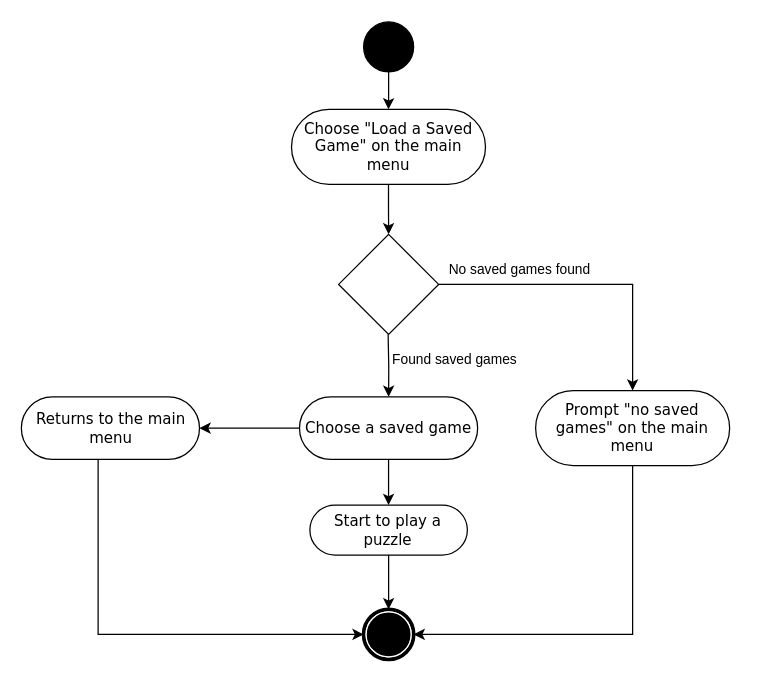
This is load a saved game.drawio from maxinimize/uml, a draw.io file, before an edit. Source tidied: cells renumbered, new cells numbered last; positions are measured from the earlier drawing's top-left corner, leaving out a move shared by most shapes. Both pictures are drawn from the tidied source at 125%, with x=0, y=0 at pixel (21, 21).
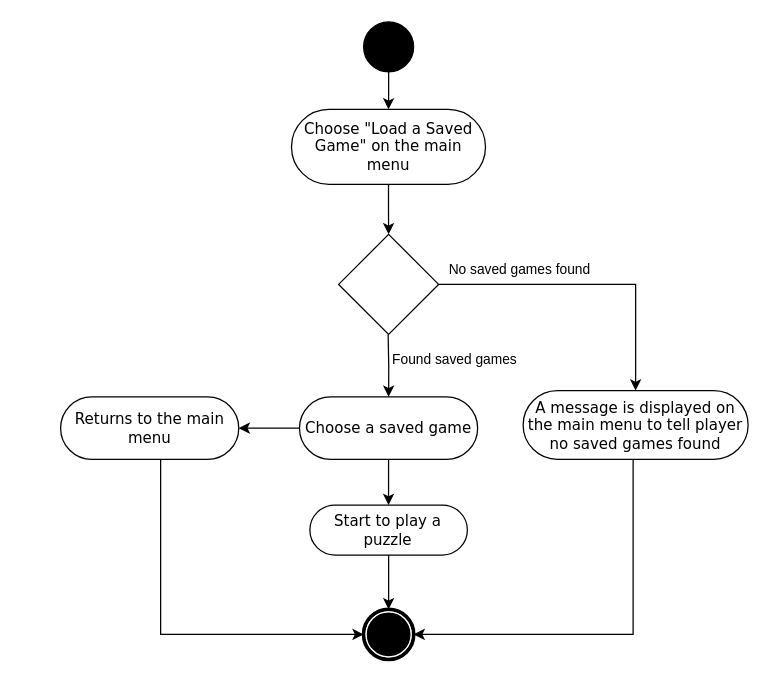
Above is the later version.

The change refers to these unchanged cells:
```xml
<mxCell id="9" style="shape=mxgraph.bpmn.shape;html=1;verticalLabelPosition=bottom;labelBackgroundColor=#ffffff;verticalAlign=top;perimeter=ellipsePerimeter;outline=end;symbol=terminate;rounded=0;shadow=0;comic=0;strokeWidth=1;fontFamily=Verdana;fontSize=12;align=center;" parent="1" vertex="1">
  <mxGeometry x="273.4" y="470" width="40" height="40" as="geometry" />
</mxCell>
```

What changed in the source:
```diff
@@
-    <mxCell id="17" value="Prompt &quot;no saved games&quot; on the main menu" style="rounded=1;whiteSpace=wrap;html=1;shadow=0;comic=0;labelBackgroundColor=none;strokeWidth=1;fontFamily=Verdana;fontSize=12;align=center;arcSize=50;" parent="1" vertex="1">
-      <mxGeometry x="411" y="295" width="155.2" height="60" as="geometry" />
+    <mxCell id="17" value="A message is displayed on the main menu to tell player no saved games found" style="rounded=1;whiteSpace=wrap;html=1;shadow=0;comic=0;labelBackgroundColor=none;strokeWidth=1;fontFamily=Verdana;fontSize=12;align=center;arcSize=50;" parent="1" vertex="1">
+      <mxGeometry x="401" y="295" width="180" height="55" as="geometry" />
     </mxCell>
@@
     <mxCell id="19" style="edgeStyle=orthogonalEdgeStyle;rounded=0;jettySize=auto;html=1;entryX=0;entryY=0.5;entryDx=0;entryDy=0;" parent="1" edge="1" source="20" target="9">
       <mxGeometry relative="1" as="geometry">
         <Array as="points">
-          <mxPoint x="61" y="490" />
+          <mxPoint x="111" y="490" />
         </Array>
       </mxGeometry>
     </mxCell>
     <mxCell id="20" value="Returns to the main menu" style="rounded=1;whiteSpace=wrap;html=1;shadow=0;comic=0;labelBackgroundColor=none;strokeWidth=1;fontFamily=Verdana;fontSize=12;align=center;arcSize=50;" parent="1" vertex="1">
-      <mxGeometry x="-0.4" y="300" width="142.5" height="50" as="geometry" />
+      <mxGeometry x="31" y="300" width="142.5" height="50" as="geometry" />
     </mxCell>
```
